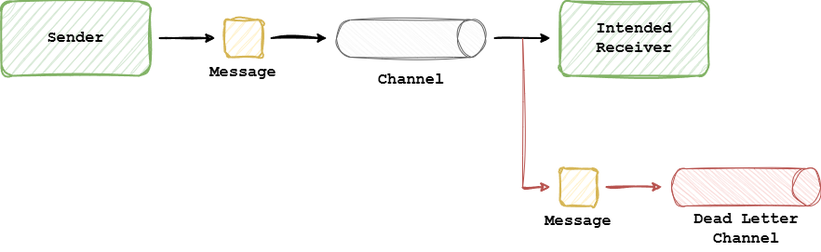
This is assets/deadLetterChannel.drawio.png from G4utama/Thesis, a draw.io export, as it was before one commit. Source tidied: cells renumbered, new cells last; positions are measured from the earlier drawing's top-left corner, leaving out a move shared by most shapes. The source it was exported from:
```xml
<mxGraphModel>
  <root>
    <mxCell id="0" />
    <mxCell id="1" parent="0" />
    <mxCell id="2" style="edgeStyle=none;html=1;strokeWidth=2;sketch=1;curveFitting=1;jiggle=2;" parent="1" edge="1">
      <mxGeometry relative="1" as="geometry">
        <mxPoint x="170" y="79.5" as="sourcePoint" />
        <mxPoint x="230" y="79.5" as="targetPoint" />
      </mxGeometry>
    </mxCell>
    <mxCell id="3" value="&lt;font style=&quot;font-size: 17px;&quot; face=&quot;Courier New&quot;&gt;&lt;b&gt;Message&lt;/b&gt;&lt;/font&gt;" style="rounded=1;whiteSpace=wrap;html=1;fillColor=#fff2cc;strokeColor=#d6b656;strokeWidth=2;labelPosition=center;verticalLabelPosition=bottom;align=center;verticalAlign=top;sketch=1;curveFitting=1;jiggle=2;" parent="1" vertex="1">
      <mxGeometry x="240" y="60" width="40" height="40" as="geometry" />
    </mxCell>
    <mxCell id="4" style="edgeStyle=none;html=1;strokeWidth=2;sketch=1;curveFitting=1;jiggle=2;" parent="1" edge="1">
      <mxGeometry relative="1" as="geometry">
        <mxPoint x="290" y="79.5" as="sourcePoint" />
        <mxPoint x="350" y="79.5" as="targetPoint" />
      </mxGeometry>
    </mxCell>
    <mxCell id="5" value="&lt;font face=&quot;Courier New&quot;&gt;&lt;span style=&quot;font-size: 17px;&quot;&gt;&lt;b&gt;Sender&lt;/b&gt;&lt;/span&gt;&lt;/font&gt;" style="rounded=1;whiteSpace=wrap;html=1;fillColor=#d5e8d4;strokeColor=#82b366;strokeWidth=2;sketch=1;curveFitting=1;jiggle=2;" parent="1" vertex="1">
      <mxGeometry y="40" width="160" height="80" as="geometry" />
    </mxCell>
    <mxCell id="6" value="&lt;font face=&quot;Courier New&quot;&gt;&lt;span style=&quot;font-size: 17px;&quot;&gt;&lt;b&gt;Intended Receiver&lt;/b&gt;&lt;/span&gt;&lt;/font&gt;" style="rounded=1;whiteSpace=wrap;html=1;fillColor=#d5e8d4;strokeColor=#82b366;strokeWidth=2;sketch=1;curveFitting=1;jiggle=2;" parent="1" vertex="1">
      <mxGeometry x="600" y="40" width="160" height="80" as="geometry" />
    </mxCell>
    <mxCell id="7" style="edgeStyle=none;html=1;strokeWidth=2;sketch=1;curveFitting=1;jiggle=2;" parent="1" edge="1">
      <mxGeometry relative="1" as="geometry">
        <mxPoint x="530" y="79.5" as="sourcePoint" />
        <mxPoint x="590" y="79.5" as="targetPoint" />
      </mxGeometry>
    </mxCell>
    <mxCell id="8" value="&lt;font style=&quot;font-size: 17px;&quot; face=&quot;Courier New&quot;&gt;&lt;b&gt;Message&lt;/b&gt;&lt;/font&gt;" style="rounded=1;whiteSpace=wrap;html=1;fillColor=#fff2cc;strokeColor=#d6b656;strokeWidth=2;labelPosition=center;verticalLabelPosition=bottom;align=center;verticalAlign=top;sketch=1;curveFitting=1;jiggle=2;" parent="1" vertex="1">
      <mxGeometry x="600" y="220" width="40" height="40" as="geometry" />
    </mxCell>
    <mxCell id="9" style="edgeStyle=none;html=1;strokeWidth=2;sketch=1;curveFitting=1;jiggle=2;fillColor=#f8cecc;strokeColor=#b85450;" parent="1" edge="1">
      <mxGeometry relative="1" as="geometry">
        <mxPoint x="560" y="240" as="sourcePoint" />
        <mxPoint x="590" y="239.5" as="targetPoint" />
      </mxGeometry>
    </mxCell>
    <mxCell id="10" style="endArrow=none;html=1;sketch=1;curveFitting=1;jiggle=2;fillColor=#f8cecc;strokeColor=#b85450;" parent="1" edge="1">
      <mxGeometry relative="1" as="geometry">
        <mxPoint x="560" y="240" as="sourcePoint" />
        <mxPoint x="560" y="80" as="targetPoint" />
      </mxGeometry>
    </mxCell>
    <mxCell id="11" style="shape=cylinder3;whiteSpace=wrap;html=1;boundedLbl=1;backgroundOutline=1;size=15;rotation=90;sketch=1;curveFitting=1;jiggle=2;fillColor=#f8cecc;strokeColor=#b85450;" parent="1" vertex="1">
      <mxGeometry x="780" y="160" width="40" height="160" as="geometry" />
    </mxCell>
    <mxCell id="12" style="shape=cylinder3;whiteSpace=wrap;html=1;boundedLbl=1;backgroundOutline=1;size=15;rotation=90;sketch=1;curveFitting=1;jiggle=2;fillColor=#f5f5f5;fontColor=#333333;strokeColor=#666666;" parent="1" vertex="1">
      <mxGeometry x="420" width="40" height="160" as="geometry" />
    </mxCell>
    <mxCell id="13" value="Channel" style="text;html=1;align=center;verticalAlign=middle;strokeColor=none;fillColor=none;fontFamily=Courier New;fontSize=17;fontStyle=1;" parent="1" vertex="1">
      <mxGeometry x="395" y="110" width="90" height="30" as="geometry" />
    </mxCell>
    <mxCell id="14" value="Dead Letter&lt;br&gt;Channel" style="text;html=1;align=center;verticalAlign=middle;strokeColor=none;fillColor=none;fontFamily=Courier New;fontSize=17;fontStyle=1;" parent="1" vertex="1">
      <mxGeometry x="730" y="260" width="140" height="50" as="geometry" />
    </mxCell>
    <mxCell id="15" style="edgeStyle=none;html=1;strokeWidth=2;sketch=1;curveFitting=1;jiggle=2;fillColor=#f8cecc;strokeColor=#b85450;" parent="1" edge="1">
      <mxGeometry relative="1" as="geometry">
        <mxPoint x="650" y="239.5" as="sourcePoint" />
        <mxPoint x="710" y="239.5" as="targetPoint" />
      </mxGeometry>
    </mxCell>
  </root>
</mxGraphModel>
```
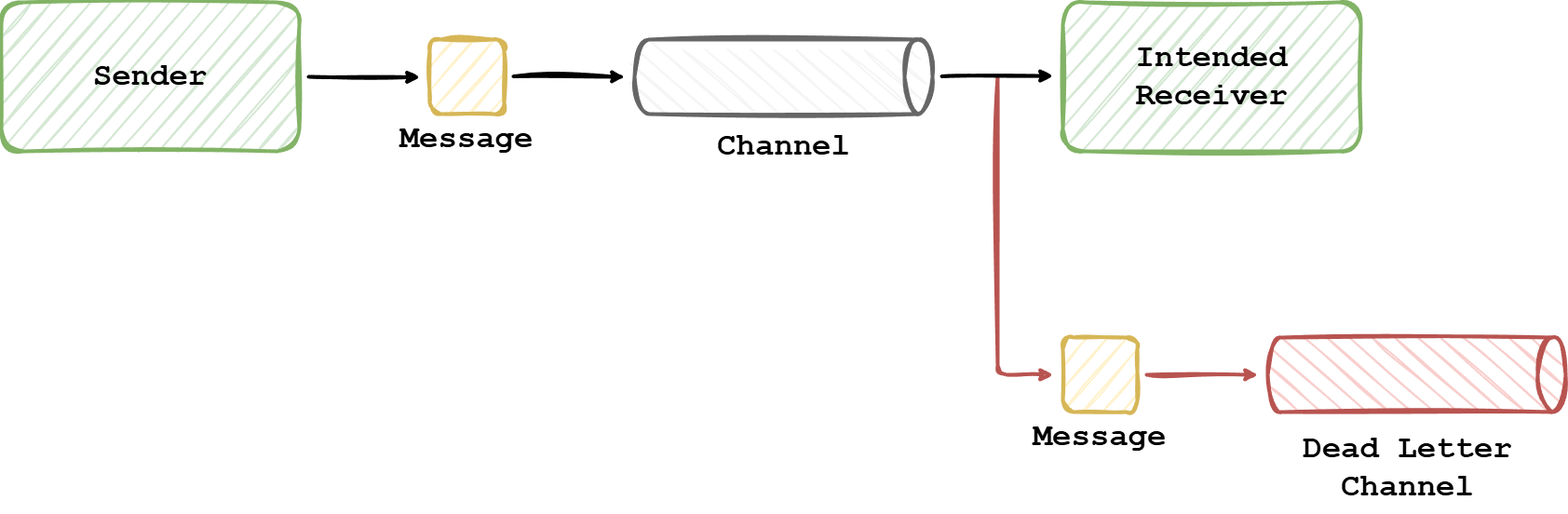
Later version of the same file.

What changed in the source:
```diff
@@ -2,65 +2,62 @@
   <root>
     <mxCell id="0" />
     <mxCell id="1" parent="0" />
-    <mxCell id="2" style="edgeStyle=none;html=1;strokeWidth=2;sketch=1;curveFitting=1;jiggle=2;" parent="1" edge="1">
+    <mxCell id="2" style="edgeStyle=none;html=1;strokeWidth=4;sketch=1;curveFitting=1;jiggle=2;" parent="1" edge="1">
       <mxGeometry relative="1" as="geometry">
-        <mxPoint x="170" y="79.5" as="sourcePoint" />
-        <mxPoint x="230" y="79.5" as="targetPoint" />
+        <mxPoint x="330" y="120" as="sourcePoint" />
+        <mxPoint x="450" y="120.5" as="targetPoint" />
       </mxGeometry>
     </mxCell>
-    <mxCell id="3" value="&lt;font style=&quot;font-size: 17px;&quot; face=&quot;Courier New&quot;&gt;&lt;b&gt;Message&lt;/b&gt;&lt;/font&gt;" style="rounded=1;whiteSpace=wrap;html=1;fillColor=#fff2cc;strokeColor=#d6b656;strokeWidth=2;labelPosition=center;verticalLabelPosition=bottom;align=center;verticalAlign=top;sketch=1;curveFitting=1;jiggle=2;" parent="1" vertex="1">
-      <mxGeometry x="240" y="60" width="40" height="40" as="geometry" />
+    <mxCell id="3" value="&lt;font style=&quot;font-size: 34px;&quot; face=&quot;Courier New&quot;&gt;&lt;b style=&quot;&quot;&gt;Message&lt;/b&gt;&lt;/font&gt;" style="rounded=1;whiteSpace=wrap;html=1;fillColor=#fff2cc;strokeColor=#d6b656;strokeWidth=4;labelPosition=center;verticalLabelPosition=bottom;align=center;verticalAlign=top;sketch=1;curveFitting=1;jiggle=2;" parent="1" vertex="1">
+      <mxGeometry x="460" y="80" width="80" height="80" as="geometry" />
     </mxCell>
-    <mxCell id="4" style="edgeStyle=none;html=1;strokeWidth=2;sketch=1;curveFitting=1;jiggle=2;" parent="1" edge="1">
+    <mxCell id="4" style="edgeStyle=none;html=1;strokeWidth=4;sketch=1;curveFitting=1;jiggle=2;" parent="1" edge="1">
       <mxGeometry relative="1" as="geometry">
-        <mxPoint x="290" y="79.5" as="sourcePoint" />
-        <mxPoint x="350" y="79.5" as="targetPoint" />
+        <mxPoint x="550" y="119.6" as="sourcePoint" />
+        <mxPoint x="670" y="120" as="targetPoint" />
       </mxGeometry>
     </mxCell>
-    <mxCell id="5" value="&lt;font face=&quot;Courier New&quot;&gt;&lt;span style=&quot;font-size: 17px;&quot;&gt;&lt;b&gt;Sender&lt;/b&gt;&lt;/span&gt;&lt;/font&gt;" style="rounded=1;whiteSpace=wrap;html=1;fillColor=#d5e8d4;strokeColor=#82b366;strokeWidth=2;sketch=1;curveFitting=1;jiggle=2;" parent="1" vertex="1">
-      <mxGeometry y="40" width="160" height="80" as="geometry" />
+    <mxCell id="5" value="&lt;font style=&quot;font-size: 34px;&quot; face=&quot;Courier New&quot;&gt;&lt;b style=&quot;&quot;&gt;Sender&lt;/b&gt;&lt;/font&gt;" style="rounded=1;whiteSpace=wrap;html=1;fillColor=#d5e8d4;strokeColor=#82b366;strokeWidth=4;sketch=1;curveFitting=1;jiggle=2;" parent="1" vertex="1">
+      <mxGeometry y="40" width="320" height="160" as="geometry" />
     </mxCell>
-    <mxCell id="6" value="&lt;font face=&quot;Courier New&quot;&gt;&lt;span style=&quot;font-size: 17px;&quot;&gt;&lt;b&gt;Intended Receiver&lt;/b&gt;&lt;/span&gt;&lt;/font&gt;" style="rounded=1;whiteSpace=wrap;html=1;fillColor=#d5e8d4;strokeColor=#82b366;strokeWidth=2;sketch=1;curveFitting=1;jiggle=2;" parent="1" vertex="1">
-      <mxGeometry x="600" y="40" width="160" height="80" as="geometry" />
+    <mxCell id="6" value="&lt;font style=&quot;font-size: 34px;&quot; face=&quot;Courier New&quot;&gt;&lt;b style=&quot;&quot;&gt;Intended Receiver&lt;/b&gt;&lt;/font&gt;" style="rounded=1;whiteSpace=wrap;html=1;fillColor=#d5e8d4;strokeColor=#82b366;strokeWidth=4;sketch=1;curveFitting=1;jiggle=2;" parent="1" vertex="1">
+      <mxGeometry x="1140" y="40" width="320" height="160" as="geometry" />
     </mxCell>
-    <mxCell id="7" style="edgeStyle=none;html=1;strokeWidth=2;sketch=1;curveFitting=1;jiggle=2;" parent="1" edge="1">
-      <mxGeometry relative="1" as="geometry">
-        <mxPoint x="530" y="79.5" as="sourcePoint" />
-        <mxPoint x="590" y="79.5" as="targetPoint" />
-      </mxGeometry>
-    </mxCell>
-    <mxCell id="8" value="&lt;font style=&quot;font-size: 17px;&quot; face=&quot;Courier New&quot;&gt;&lt;b&gt;Message&lt;/b&gt;&lt;/font&gt;" style="rounded=1;whiteSpace=wrap;html=1;fillColor=#fff2cc;strokeColor=#d6b656;strokeWidth=2;labelPosition=center;verticalLabelPosition=bottom;align=center;verticalAlign=top;sketch=1;curveFitting=1;jiggle=2;" parent="1" vertex="1">
-      <mxGeometry x="600" y="220" width="40" height="40" as="geometry" />
+    <mxCell id="8" value="&lt;font style=&quot;font-size: 34px;&quot; face=&quot;Courier New&quot;&gt;&lt;b style=&quot;&quot;&gt;Message&lt;/b&gt;&lt;/font&gt;" style="rounded=1;whiteSpace=wrap;html=1;fillColor=#fff2cc;strokeColor=#d6b656;strokeWidth=4;labelPosition=center;verticalLabelPosition=bottom;align=center;verticalAlign=top;sketch=1;curveFitting=1;jiggle=2;" parent="1" vertex="1">
+      <mxGeometry x="1140" y="400" width="80" height="80" as="geometry" />
     </mxCell>
-    <mxCell id="9" style="edgeStyle=none;html=1;strokeWidth=2;sketch=1;curveFitting=1;jiggle=2;fillColor=#f8cecc;strokeColor=#b85450;" parent="1" edge="1">
+    <mxCell id="9" style="edgeStyle=none;html=1;strokeWidth=4;sketch=1;curveFitting=1;jiggle=2;fillColor=#f8cecc;strokeColor=#b85450;" parent="1" edge="1">
       <mxGeometry relative="1" as="geometry">
-        <mxPoint x="560" y="240" as="sourcePoint" />
-        <mxPoint x="590" y="239.5" as="targetPoint" />
+        <mxPoint x="1070" y="119.2" as="sourcePoint" />
+        <mxPoint x="1130" y="440" as="targetPoint" />
+        <Array as="points">
+          <mxPoint x="1070" y="440" />
+        </Array>
       </mxGeometry>
     </mxCell>
-    <mxCell id="10" style="endArrow=none;html=1;sketch=1;curveFitting=1;jiggle=2;fillColor=#f8cecc;strokeColor=#b85450;" parent="1" edge="1">
-      <mxGeometry relative="1" as="geometry">
-        <mxPoint x="560" y="240" as="sourcePoint" />
-        <mxPoint x="560" y="80" as="targetPoint" />
-      </mxGeometry>
-    </mxCell>
-    <mxCell id="11" style="shape=cylinder3;whiteSpace=wrap;html=1;boundedLbl=1;backgroundOutline=1;size=15;rotation=90;sketch=1;curveFitting=1;jiggle=2;fillColor=#f8cecc;strokeColor=#b85450;" parent="1" vertex="1">
-      <mxGeometry x="780" y="160" width="40" height="160" as="geometry" />
+    <mxCell id="11" style="shape=cylinder3;whiteSpace=wrap;html=1;boundedLbl=1;backgroundOutline=1;size=15;rotation=90;sketch=1;curveFitting=1;jiggle=2;fillColor=#f8cecc;strokeColor=#b85450;strokeWidth=4;" parent="1" vertex="1">
+      <mxGeometry x="1480" y="280" width="80" height="320" as="geometry" />
     </mxCell>
-    <mxCell id="12" style="shape=cylinder3;whiteSpace=wrap;html=1;boundedLbl=1;backgroundOutline=1;size=15;rotation=90;sketch=1;curveFitting=1;jiggle=2;fillColor=#f5f5f5;fontColor=#333333;strokeColor=#666666;" parent="1" vertex="1">
-      <mxGeometry x="420" width="40" height="160" as="geometry" />
+    <mxCell id="12" style="shape=cylinder3;whiteSpace=wrap;html=1;boundedLbl=1;backgroundOutline=1;size=15;rotation=90;sketch=1;curveFitting=1;jiggle=2;fillColor=#f5f5f5;fontColor=#333333;strokeColor=#666666;strokeWidth=4;" parent="1" vertex="1">
+      <mxGeometry x="800" y="-40" width="80" height="320" as="geometry" />
     </mxCell>
-    <mxCell id="13" value="Channel" style="text;html=1;align=center;verticalAlign=middle;strokeColor=none;fillColor=none;fontFamily=Courier New;fontSize=17;fontStyle=1;" parent="1" vertex="1">
-      <mxGeometry x="395" y="110" width="90" height="30" as="geometry" />
+    <mxCell id="13" value="&lt;font style=&quot;font-size: 34px;&quot;&gt;Channel&lt;/font&gt;" style="text;html=1;align=center;verticalAlign=middle;strokeColor=none;fillColor=none;fontFamily=Courier New;fontSize=17;fontStyle=1;" parent="1" vertex="1">
+      <mxGeometry x="755" y="170" width="170" height="50" as="geometry" />
     </mxCell>
-    <mxCell id="14" value="Dead Letter&lt;br&gt;Channel" style="text;html=1;align=center;verticalAlign=middle;strokeColor=none;fillColor=none;fontFamily=Courier New;fontSize=17;fontStyle=1;" parent="1" vertex="1">
-      <mxGeometry x="730" y="260" width="140" height="50" as="geometry" />
+    <mxCell id="14" value="&lt;font style=&quot;font-size: 34px;&quot;&gt;Dead Letter&lt;br&gt;Channel&lt;/font&gt;" style="text;html=1;align=center;verticalAlign=middle;strokeColor=none;fillColor=none;fontFamily=Courier New;fontSize=17;fontStyle=1;" parent="1" vertex="1">
+      <mxGeometry x="1385" y="490" width="250" height="100" as="geometry" />
     </mxCell>
-    <mxCell id="15" style="edgeStyle=none;html=1;strokeWidth=2;sketch=1;curveFitting=1;jiggle=2;fillColor=#f8cecc;strokeColor=#b85450;" parent="1" edge="1">
+    <mxCell id="15" style="edgeStyle=none;html=1;strokeWidth=4;sketch=1;curveFitting=1;jiggle=2;fillColor=#f8cecc;strokeColor=#b85450;" parent="1" edge="1">
       <mxGeometry relative="1" as="geometry">
-        <mxPoint x="650" y="239.5" as="sourcePoint" />
-        <mxPoint x="710" y="239.5" as="targetPoint" />
+        <mxPoint x="1230" y="440" as="sourcePoint" />
+        <mxPoint x="1350" y="440" as="targetPoint" />
       </mxGeometry>
     </mxCell>
+    <mxCell id="7" style="edgeStyle=none;html=1;strokeWidth=4;sketch=1;curveFitting=1;jiggle=2;" parent="1" edge="1">
+      <mxGeometry relative="1" as="geometry">
+        <mxPoint x="1010" y="119.5" as="sourcePoint" />
+        <mxPoint x="1130" y="119" as="targetPoint" />
+      </mxGeometry>
+    </mxCell>
   </root>
 </mxGraphModel>
```
